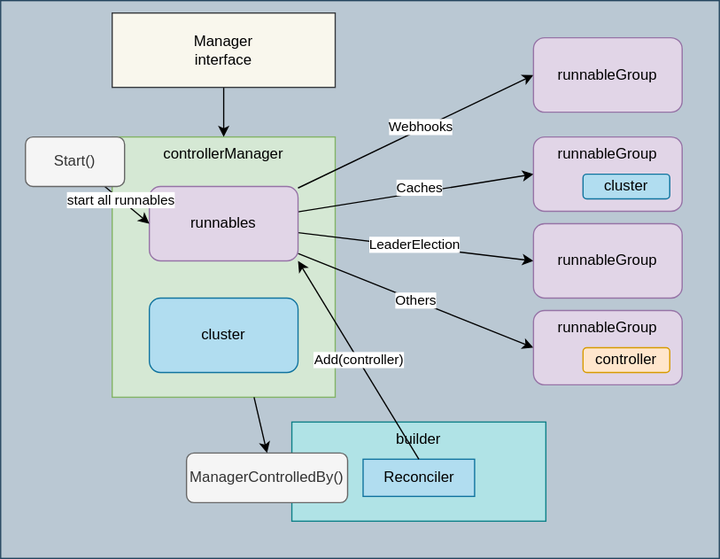
The draw.io diagram contents/kubernetes-operator/controller-runtime/manager/diagram.drawio.svg in nakamasato/kubernetes-training, before a commit. Source tidied: cells renumbered, new cells last; positions are measured from the earlier drawing's top-left corner, leaving out a move shared by most shapes.
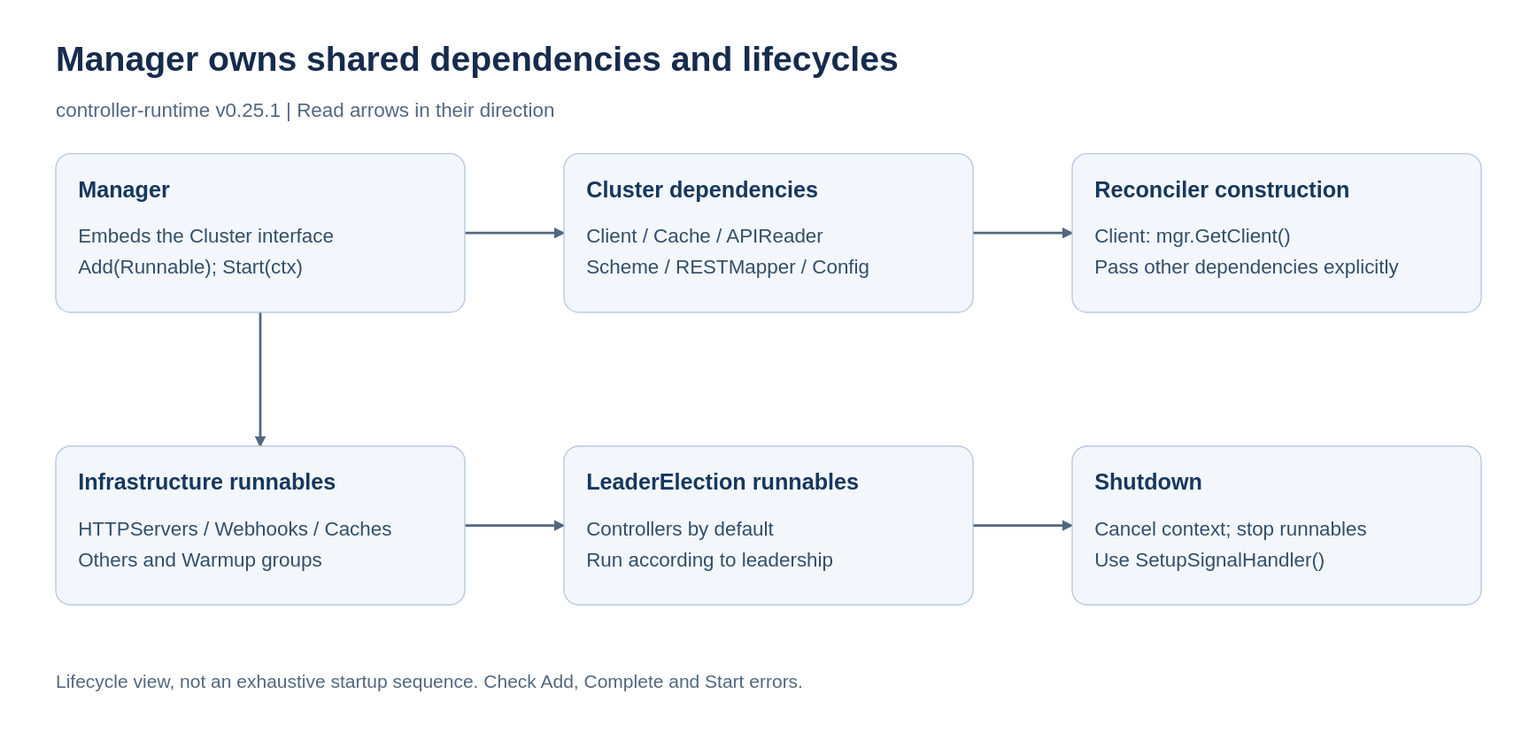
Later version of the same file.

What changed in the source:
```diff
@@ -2,91 +2,83 @@
   <root>
     <mxCell id="0" />
     <mxCell id="1" parent="0" />
-    <mxCell id="2" style="rounded=0;whiteSpace=wrap;html=1;verticalAlign=top;fillColor=#bac8d3;strokeColor=#23445d;" parent="1" vertex="1">
-      <mxGeometry width="580" height="450" as="geometry" />
-    </mxCell>
-    <mxCell id="3" value="controllerManager" style="rounded=0;whiteSpace=wrap;html=1;verticalAlign=top;fillColor=#d5e8d4;strokeColor=#82b366;" parent="1" vertex="1">
-      <mxGeometry x="90" y="110" width="180" height="210" as="geometry" />
-    </mxCell>
-    <mxCell id="4" style="edgeStyle=none;html=1;entryX=0;entryY=0.5;entryDx=0;entryDy=0;" parent="1" edge="1" source="12" target="17">
-      <mxGeometry relative="1" as="geometry" />
-    </mxCell>
-    <mxCell id="5" value="Webhooks" style="edgeLabel;html=1;align=center;verticalAlign=middle;" parent="4" vertex="1">
-      <mxGeometry x="0.06" y="2" relative="1" as="geometry">
-        <mxPoint x="-1" as="offset" />
-      </mxGeometry>
-    </mxCell>
-    <mxCell id="6" style="edgeStyle=none;html=1;entryX=0;entryY=0.5;entryDx=0;entryDy=0;" parent="1" edge="1" source="12" target="14">
-      <mxGeometry relative="1" as="geometry" />
-    </mxCell>
-    <mxCell id="7" value="Caches" style="edgeLabel;html=1;align=center;verticalAlign=middle;" parent="6" vertex="1">
-      <mxGeometry x="0.03" y="4" relative="1" as="geometry" />
-    </mxCell>
-    <mxCell id="8" style="edgeStyle=none;html=1;entryX=0;entryY=0.5;entryDx=0;entryDy=0;" parent="1" edge="1" source="12" target="15">
-      <mxGeometry relative="1" as="geometry" />
-    </mxCell>
-    <mxCell id="9" value="LeaderElection" style="edgeLabel;html=1;align=center;verticalAlign=middle;" parent="8" vertex="1">
-      <mxGeometry x="-0.02" y="2" relative="1" as="geometry" />
-    </mxCell>
-    <mxCell id="10" style="edgeStyle=none;html=1;entryX=0;entryY=0.5;entryDx=0;entryDy=0;" parent="1" edge="1" source="12" target="16">
-      <mxGeometry relative="1" as="geometry" />
-    </mxCell>
-    <mxCell id="11" value="Others" style="edgeLabel;html=1;align=center;verticalAlign=middle;" parent="10" vertex="1">
-      <mxGeometry x="-0.01" relative="1" as="geometry" />
-    </mxCell>
-    <mxCell id="12" value="runnables" style="rounded=1;whiteSpace=wrap;html=1;strokeColor=#9673a6;fillColor=#e1d5e7;" parent="1" vertex="1">
-      <mxGeometry x="120" y="150" width="120" height="60" as="geometry" />
-    </mxCell>
-    <mxCell id="13" value="cluster" style="rounded=1;whiteSpace=wrap;html=1;verticalAlign=middle;fillColor=#b1ddf0;strokeColor=#10739e;" parent="1" vertex="1">
-      <mxGeometry x="120" y="240" width="120" height="60" as="geometry" />
-    </mxCell>
-    <mxCell id="14" value="runnableGroup" style="rounded=1;whiteSpace=wrap;html=1;fillColor=#e1d5e7;strokeColor=#9673a6;verticalAlign=top;" parent="1" vertex="1">
-      <mxGeometry x="430" y="110" width="120" height="60" as="geometry" />
-    </mxCell>
-    <mxCell id="15" value="runnableGroup" style="rounded=1;whiteSpace=wrap;html=1;fillColor=#e1d5e7;strokeColor=#9673a6;" parent="1" vertex="1">
-      <mxGeometry x="430" y="180" width="120" height="60" as="geometry" />
-    </mxCell>
-    <mxCell id="16" value="runnableGroup" style="rounded=1;whiteSpace=wrap;html=1;fillColor=#e1d5e7;strokeColor=#9673a6;verticalAlign=top;" parent="1" vertex="1">
-      <mxGeometry x="430" y="250" width="120" height="60" as="geometry" />
-    </mxCell>
-    <mxCell id="17" value="runnableGroup" style="rounded=1;whiteSpace=wrap;html=1;fillColor=#e1d5e7;strokeColor=#9673a6;" parent="1" vertex="1">
-      <mxGeometry x="430" y="30" width="120" height="60" as="geometry" />
-    </mxCell>
-    <mxCell id="18" style="edgeStyle=none;html=1;" parent="1" edge="1" source="19" target="3">
-      <mxGeometry relative="1" as="geometry" />
-    </mxCell>
-    <mxCell id="19" value="Manager&lt;br&gt;interface" style="rounded=0;whiteSpace=wrap;html=1;verticalAlign=middle;fillColor=#f9f7ed;strokeColor=#36393d;" parent="1" vertex="1">
-      <mxGeometry x="90" y="10" width="180" height="60" as="geometry" />
-    </mxCell>
-    <mxCell id="20" value="cluster" style="rounded=1;whiteSpace=wrap;html=1;verticalAlign=middle;fillColor=#b1ddf0;strokeColor=#10739e;" parent="1" vertex="1">
-      <mxGeometry x="470" y="140" width="70" height="20" as="geometry" />
-    </mxCell>
-    <mxCell id="21" value="controller" style="rounded=1;whiteSpace=wrap;html=1;verticalAlign=middle;fillColor=#ffe6cc;strokeColor=#d79b00;" parent="1" vertex="1">
-      <mxGeometry x="470" y="280" width="70" height="20" as="geometry" />
-    </mxCell>
-    <mxCell id="22" style="edgeStyle=none;html=1;entryX=0;entryY=0.5;entryDx=0;entryDy=0;" parent="1" edge="1" source="24" target="12">
-      <mxGeometry relative="1" as="geometry" />
-    </mxCell>
-    <mxCell id="23" value="start all runnables" style="edgeLabel;html=1;align=center;verticalAlign=middle;" parent="22" vertex="1">
-      <mxGeometry x="-0.29" relative="1" as="geometry" />
-    </mxCell>
-    <mxCell id="24" value="Start()" style="rounded=1;whiteSpace=wrap;html=1;strokeColor=#666666;fillColor=#f5f5f5;fontColor=#333333;" parent="1" vertex="1">
-      <mxGeometry x="20" y="110" width="80" height="40" as="geometry" />
-    </mxCell>
-    <mxCell id="25" value="builder" style="rounded=0;whiteSpace=wrap;html=1;verticalAlign=top;fillColor=#b0e3e6;strokeColor=#0e8088;" parent="1" vertex="1">
-      <mxGeometry x="235" y="340" width="205" height="80" as="geometry" />
-    </mxCell>
-    <mxCell id="26" value="ManagerControlledBy()" style="rounded=1;whiteSpace=wrap;html=1;strokeColor=#666666;fillColor=#f5f5f5;fontColor=#333333;" parent="1" vertex="1">
-      <mxGeometry x="150" y="365" width="130" height="40" as="geometry" />
-    </mxCell>
-    <mxCell id="27" style="edgeStyle=none;html=1;entryX=0.5;entryY=0;entryDx=0;entryDy=0;" parent="1" edge="1" source="3" target="26">
-      <mxGeometry relative="1" as="geometry" />
-    </mxCell>
-    <mxCell id="28" value="Reconciler" style="rounded=0;whiteSpace=wrap;html=1;verticalAlign=middle;fillColor=#b1ddf0;strokeColor=#10739e;" parent="1" vertex="1">
-      <mxGeometry x="292.5" y="370" width="90" height="30" as="geometry" />
-    </mxCell>
-    <mxCell id="29" value="Add(controller)" style="edgeStyle=none;html=1;entryX=1;entryY=1;entryDx=0;entryDy=0;exitX=0.5;exitY=0;exitDx=0;exitDy=0;" parent="1" edge="1" source="28" target="12">
-      <mxGeometry relative="1" as="geometry" />
-    </mxCell>
+    <mxCell id="30" value="Manager owns shared dependencies and lifecycles" style="text;html=0;align=left;verticalAlign=middle;whiteSpace=wrap;fontFamily=Arial;fontSize=28;fontStyle=1;fontColor=#172B4D;" parent="1" vertex="1">
+      <mxGeometry x="15" y="-155" width="1150" height="40" as="geometry" />
+    </mxCell>
+    <mxCell id="31" value="controller-runtime v0.25.1  |  Read arrows in their direction" style="text;html=0;align=left;verticalAlign=middle;whiteSpace=wrap;fontFamily=Arial;fontSize=16;fontColor=#52677F;" parent="1" vertex="1">
+      <mxGeometry x="15" y="-105" width="1150" height="24" as="geometry" />
+    </mxCell>
+    <mxCell id="32" value="Lifecycle view, not an exhaustive startup sequence. Check Add, Complete and Start errors." style="text;html=0;align=left;verticalAlign=middle;whiteSpace=wrap;fontFamily=Arial;fontSize=15;fontColor=#52677F;" parent="1" vertex="1">
+      <mxGeometry x="15" y="355" width="1150" height="48" as="geometry" />
+    </mxCell>
+    <mxCell id="33" style="exitX=1.0;exitY=0.5;entryX=0.0;entryY=0.5;edgeStyle=none;html=0;endArrow=block;endFill=1;strokeColor=#52677F;strokeWidth=2;" parent="1" edge="1" source="38" target="41">
+      <mxGeometry relative="1" as="geometry" />
+    </mxCell>
+    <mxCell id="34" style="exitX=1.0;exitY=0.5;entryX=0.0;entryY=0.5;edgeStyle=none;html=0;endArrow=block;endFill=1;strokeColor=#52677F;strokeWidth=2;" parent="1" edge="1" source="41" target="44">
+      <mxGeometry relative="1" as="geometry" />
+    </mxCell>
+    <mxCell id="35" style="exitX=0.5;exitY=1.0;entryX=0.5;entryY=0.0;edgeStyle=none;html=0;endArrow=block;endFill=1;strokeColor=#52677F;strokeWidth=2;" parent="1" edge="1" source="38" target="47">
+      <mxGeometry relative="1" as="geometry" />
+    </mxCell>
+    <mxCell id="36" style="exitX=1.0;exitY=0.5;entryX=0.0;entryY=0.5;edgeStyle=none;html=0;endArrow=block;endFill=1;strokeColor=#52677F;strokeWidth=2;" parent="1" edge="1" source="47" target="50">
+      <mxGeometry relative="1" as="geometry" />
+    </mxCell>
+    <mxCell id="37" style="exitX=1.0;exitY=0.5;entryX=0.0;entryY=0.5;edgeStyle=none;html=0;endArrow=block;endFill=1;strokeColor=#52677F;strokeWidth=2;" parent="1" edge="1" source="50" target="53">
+      <mxGeometry relative="1" as="geometry" />
+    </mxCell>
+    <mxCell id="38" style="rounded=1;arcSize=12;html=0;fillColor=#F3F7FC;strokeColor=#B7C9E2;strokeWidth=1;" parent="1" vertex="1">
+      <mxGeometry x="15" y="-56" width="330" height="128" as="geometry" />
+    </mxCell>
+    <mxCell id="39" value="Manager" style="text;html=0;align=left;verticalAlign=middle;whiteSpace=wrap;fontFamily=Arial;fontSize=18;fontStyle=1;fontColor=#17375E;" parent="38" vertex="1">
+      <mxGeometry x="18" y="14" width="294" height="30" as="geometry" />
+    </mxCell>
+    <mxCell id="40" value="Embeds the Cluster interface&#10;Add(Runnable); Start(ctx)" style="text;html=0;align=left;verticalAlign=middle;whiteSpace=wrap;fontFamily=Arial;fontSize=16;fontColor=#334E68;" parent="38" vertex="1">
+      <mxGeometry x="18" y="51" width="294" height="63" as="geometry" />
+    </mxCell>
+    <mxCell id="41" style="rounded=1;arcSize=12;html=0;fillColor=#F3F7FC;strokeColor=#B7C9E2;strokeWidth=1;" parent="1" vertex="1">
+      <mxGeometry x="425" y="-56" width="330" height="128" as="geometry" />
+    </mxCell>
+    <mxCell id="42" value="Cluster dependencies" style="text;html=0;align=left;verticalAlign=middle;whiteSpace=wrap;fontFamily=Arial;fontSize=18;fontStyle=1;fontColor=#17375E;" parent="41" vertex="1">
+      <mxGeometry x="18" y="14" width="294" height="30" as="geometry" />
+    </mxCell>
+    <mxCell id="43" value="Client / Cache / APIReader&#10;Scheme / RESTMapper / Config" style="text;html=0;align=left;verticalAlign=middle;whiteSpace=wrap;fontFamily=Arial;fontSize=16;fontColor=#334E68;" parent="41" vertex="1">
+      <mxGeometry x="18" y="51" width="294" height="63" as="geometry" />
+    </mxCell>
+    <mxCell id="44" style="rounded=1;arcSize=12;html=0;fillColor=#F3F7FC;strokeColor=#B7C9E2;strokeWidth=1;" parent="1" vertex="1">
+      <mxGeometry x="835" y="-56" width="330" height="128" as="geometry" />
+    </mxCell>
+    <mxCell id="45" value="Reconciler construction" style="text;html=0;align=left;verticalAlign=middle;whiteSpace=wrap;fontFamily=Arial;fontSize=18;fontStyle=1;fontColor=#17375E;" parent="44" vertex="1">
+      <mxGeometry x="18" y="14" width="294" height="30" as="geometry" />
+    </mxCell>
+    <mxCell id="46" value="Client: mgr.GetClient()&#10;Pass other dependencies explicitly" style="text;html=0;align=left;verticalAlign=middle;whiteSpace=wrap;fontFamily=Arial;fontSize=16;fontColor=#334E68;" parent="44" vertex="1">
+      <mxGeometry x="18" y="51" width="294" height="63" as="geometry" />
+    </mxCell>
+    <mxCell id="47" style="rounded=1;arcSize=12;html=0;fillColor=#F3F7FC;strokeColor=#B7C9E2;strokeWidth=1;" parent="1" vertex="1">
+      <mxGeometry x="15" y="180" width="330" height="128" as="geometry" />
+    </mxCell>
+    <mxCell id="48" value="Infrastructure runnables" style="text;html=0;align=left;verticalAlign=middle;whiteSpace=wrap;fontFamily=Arial;fontSize=18;fontStyle=1;fontColor=#17375E;" parent="47" vertex="1">
+      <mxGeometry x="18" y="14" width="294" height="30" as="geometry" />
+    </mxCell>
+    <mxCell id="49" value="HTTPServers / Webhooks / Caches&#10;Others and Warmup groups" style="text;html=0;align=left;verticalAlign=middle;whiteSpace=wrap;fontFamily=Arial;fontSize=16;fontColor=#334E68;" parent="47" vertex="1">
+      <mxGeometry x="18" y="51" width="294" height="63" as="geometry" />
+    </mxCell>
+    <mxCell id="50" style="rounded=1;arcSize=12;html=0;fillColor=#F3F7FC;strokeColor=#B7C9E2;strokeWidth=1;" parent="1" vertex="1">
+      <mxGeometry x="425" y="180" width="330" height="128" as="geometry" />
+    </mxCell>
+    <mxCell id="51" value="LeaderElection runnables" style="text;html=0;align=left;verticalAlign=middle;whiteSpace=wrap;fontFamily=Arial;fontSize=18;fontStyle=1;fontColor=#17375E;" parent="50" vertex="1">
+      <mxGeometry x="18" y="14" width="294" height="30" as="geometry" />
+    </mxCell>
+    <mxCell id="52" value="Controllers by default&#10;Run according to leadership" style="text;html=0;align=left;verticalAlign=middle;whiteSpace=wrap;fontFamily=Arial;fontSize=16;fontColor=#334E68;" parent="50" vertex="1">
+      <mxGeometry x="18" y="51" width="294" height="63" as="geometry" />
+    </mxCell>
+    <mxCell id="53" style="rounded=1;arcSize=12;html=0;fillColor=#F3F7FC;strokeColor=#B7C9E2;strokeWidth=1;" parent="1" vertex="1">
+      <mxGeometry x="835" y="180" width="330" height="128" as="geometry" />
+    </mxCell>
+    <mxCell id="54" value="Shutdown" style="text;html=0;align=left;verticalAlign=middle;whiteSpace=wrap;fontFamily=Arial;fontSize=18;fontStyle=1;fontColor=#17375E;" parent="53" vertex="1">
+      <mxGeometry x="18" y="14" width="294" height="30" as="geometry" />
+    </mxCell>
+    <mxCell id="55" value="Cancel context; stop runnables&#10;Use SetupSignalHandler()" style="text;html=0;align=left;verticalAlign=middle;whiteSpace=wrap;fontFamily=Arial;fontSize=16;fontColor=#334E68;" parent="53" vertex="1">
+      <mxGeometry x="18" y="51" width="294" height="63" as="geometry" />
+    </mxCell>
   </root>
 </mxGraphModel>
```
